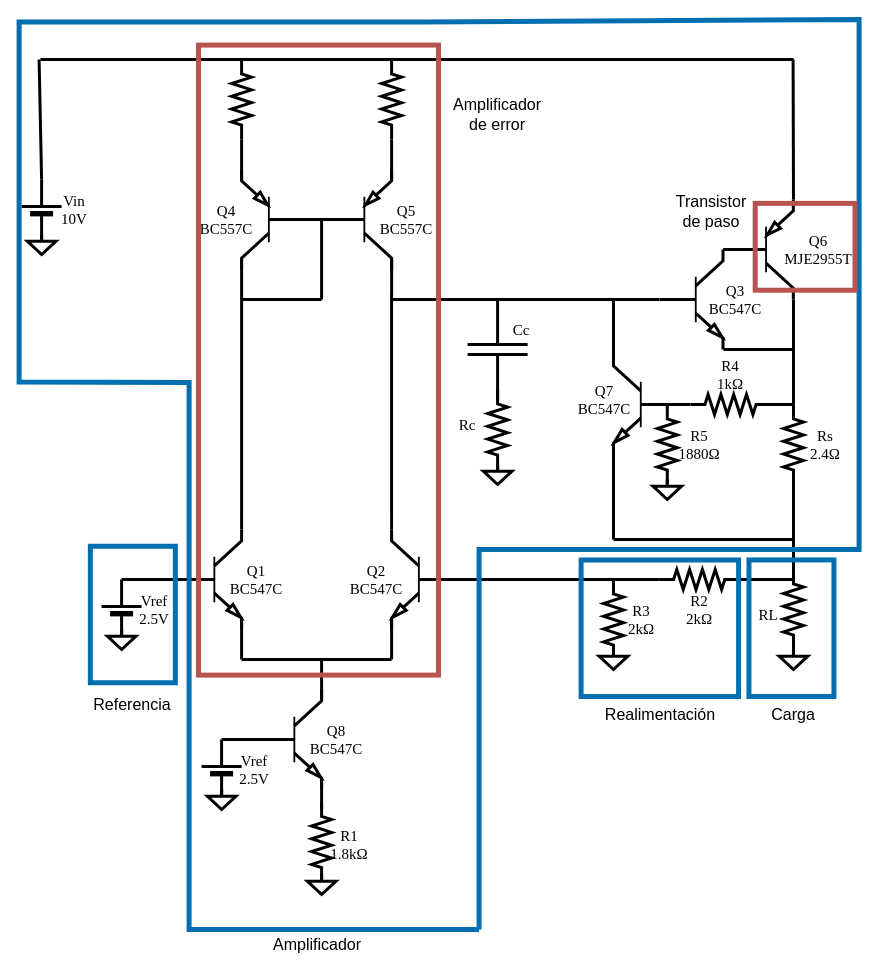
The draw.io diagram primer_check/scripts_y_recursos/amplificador_final.drawio in fadelrio/Taller-de-circuitos, before the edit. Source tidied: cells renumbered, new cells numbered last; positions are measured from the earlier drawing's top-left corner, leaving out a move shared by most shapes. Both pictures are drawn from the tidied source at 100%, with x=0, y=0 at pixel (3, 19).
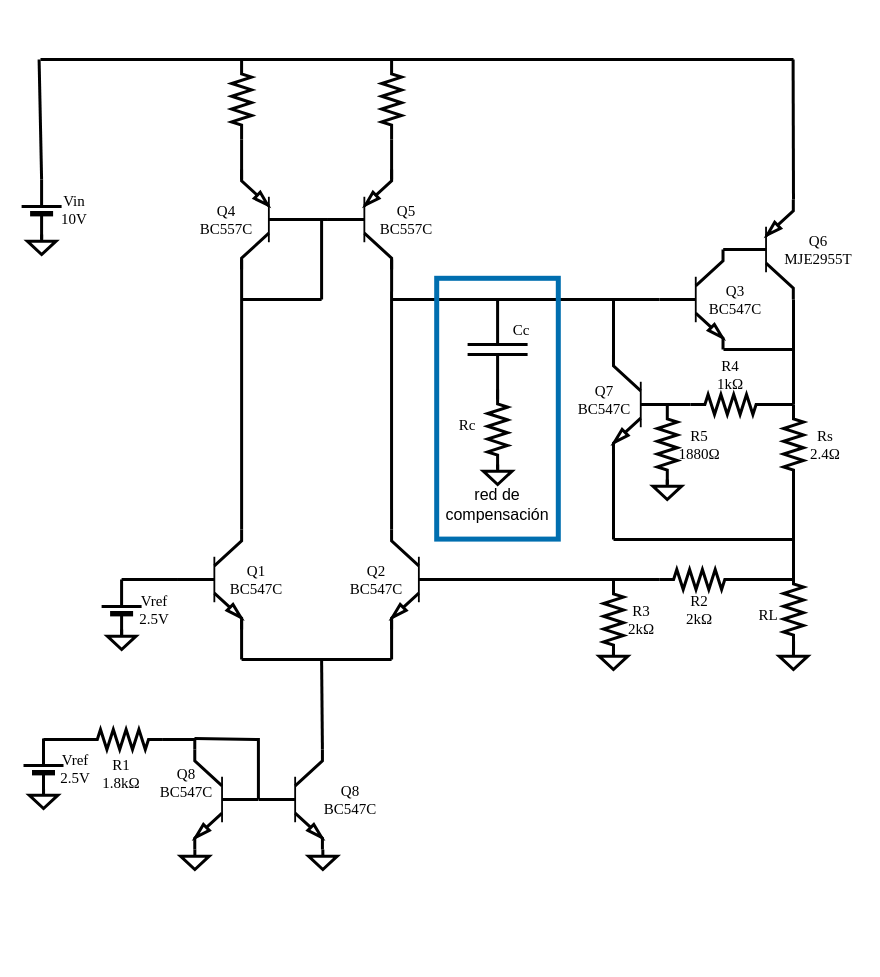
Above is the later version.

Diff of the diagram source:
```diff
@@
     <mxCell id="43" style="verticalLabelPosition=bottom;shadow=0;dashed=0;align=center;html=1;verticalAlign=top;shape=mxgraph.electrical.transistors.npn_transistor_5;strokeWidth=3;" parent="1" vertex="1">
-      <mxGeometry x="254.3" y="670" width="64" height="100" as="geometry" />
+      <mxGeometry x="255.1" y="730" width="64" height="100" as="geometry" />
     </mxCell>
-    <mxCell id="44" style="endArrow=none;html=1;rounded=0;strokeWidth=3;" parent="1" edge="1">
+    <mxCell id="44" style="endArrow=none;html=1;rounded=0;strokeWidth=3;exitX=1;exitY=0;exitDx=0;exitDy=0;exitPerimeter=0;" parent="1" edge="1" source="43">
       <mxGeometry relative="1" as="geometry">
-        <mxPoint x="318.1" y="680" as="sourcePoint" />
         <mxPoint x="318.1" y="640" as="targetPoint" />
       </mxGeometry>
     </mxCell>
-    <mxCell id="45" style="verticalLabelPosition=bottom;shadow=0;dashed=0;align=center;html=1;verticalAlign=top;shape=mxgraph.electrical.resistors.resistor_2;direction=south;strokeWidth=3;" parent="1" vertex="1">
-      <mxGeometry x="308.1" y="782.5" width="20" height="80" as="geometry" />
+    <mxCell id="45" style="verticalLabelPosition=bottom;shadow=0;dashed=0;align=center;html=1;verticalAlign=top;shape=mxgraph.electrical.resistors.resistor_2;direction=west;strokeWidth=3;" parent="1" vertex="1">
+      <mxGeometry x="79.4" y="710" width="80" height="20" as="geometry" />
     </mxCell>
-    <mxCell id="46" style="endArrow=none;html=1;rounded=0;exitX=0.094;exitY=0.5;exitDx=0;exitDy=0;exitPerimeter=0;strokeWidth=3;" parent="1" edge="1" source="45">
-      <mxGeometry relative="1" as="geometry">
-        <mxPoint x="318.1" y="760" as="targetPoint" />
-      </mxGeometry>
-    </mxCell>
     <mxCell id="47" style="endArrow=none;html=1;rounded=0;strokeWidth=3;" parent="1" edge="1">
       <mxGeometry relative="1" as="geometry">
-        <mxPoint x="218.1" y="720" as="sourcePoint" />
-        <mxPoint x="258.1" y="720" as="targetPoint" />
+        <mxPoint x="40" y="720" as="sourcePoint" />
+        <mxPoint x="80" y="720" as="targetPoint" />
       </mxGeometry>
     </mxCell>
     <mxCell id="48" style="verticalLabelPosition=bottom;shadow=0;dashed=0;align=center;fillColor=strokeColor;html=1;verticalAlign=top;strokeWidth=3;shape=mxgraph.electrical.miscellaneous.monocell_battery;rotation=-90;" parent="1" vertex="1">
-      <mxGeometry x="188.1" y="730" width="60" height="40" as="geometry" />
+      <mxGeometry x="10" y="729" width="60" height="40" as="geometry" />
     </mxCell>
@@
     <mxCell id="52" style="verticalLabelPosition=bottom;shadow=0;dashed=0;align=center;html=1;verticalAlign=top;shape=mxgraph.electrical.signal_sources.signal_ground;strokeWidth=3;" parent="1" vertex="1">
-      <mxGeometry x="203.8" y="770" width="28.7" height="20" as="geometry" />
+      <mxGeometry x="25.7" y="769" width="28.7" height="20" as="geometry" />
     </mxCell>
     <mxCell id="53" style="verticalLabelPosition=bottom;shadow=0;dashed=0;align=center;html=1;verticalAlign=top;shape=mxgraph.electrical.signal_sources.signal_ground;strokeWidth=3;" parent="1" vertex="1">
-      <mxGeometry x="303.8" y="855" width="28.7" height="20" as="geometry" />
+      <mxGeometry x="305" y="830" width="28.7" height="20" as="geometry" />
     </mxCell>
@@
     <mxCell id="64" value="Q8&lt;div&gt;BC547C&lt;/div&gt;" style="text;html=1;align=center;verticalAlign=middle;whiteSpace=wrap;rounded=0;fontFamily=Times New Roman;fontSize=15;" parent="1" vertex="1">
-      <mxGeometry x="298.1" y="705" width="70" height="30" as="geometry" />
+      <mxGeometry x="312" y="765" width="70" height="30" as="geometry" />
     </mxCell>
@@
     <mxCell id="67" value="Vref&lt;br&gt;&lt;div&gt;2.5V&lt;/div&gt;" style="text;html=1;align=center;verticalAlign=middle;whiteSpace=wrap;rounded=0;fontFamily=Times New Roman;fontSize=15;" parent="1" vertex="1">
-      <mxGeometry x="232.5" y="735" width="35.6" height="30" as="geometry" />
+      <mxGeometry x="54.3" y="734" width="35.6" height="30" as="geometry" />
     </mxCell>
@@
     <mxCell id="74" value="R1&lt;div&gt;1.8kΩ&lt;/div&gt;" style="text;html=1;align=center;verticalAlign=middle;whiteSpace=wrap;rounded=0;fontFamily=Times New Roman;fontSize=15;" parent="1" vertex="1">
-      <mxGeometry x="328.1" y="810" width="35.6" height="30" as="geometry" />
+      <mxGeometry x="100.3" y="739" width="35.6" height="30" as="geometry" />
     </mxCell>
@@
-    <mxCell id="83" style="endArrow=none;html=1;rounded=0;strokeWidth=5;fillColor=#1ba1e2;strokeColor=#006EAF;" parent="1" edge="1">
-      <mxGeometry relative="1" as="geometry">
-        <mxPoint x="475.6" y="910" as="sourcePoint" />
-        <mxPoint x="475.6" y="910" as="targetPoint" />
-        <Array as="points">
-          <mxPoint x="475.6" y="530" />
-          <mxPoint x="855.6" y="530" />
-          <mxPoint x="855.6" />
-          <mxPoint x="420.6" y="2.5" />
-          <mxPoint x="15.6" y="2.5" />
-          <mxPoint x="15.6" y="362.5" />
-          <mxPoint x="185.6" y="363" />
-          <mxPoint x="185.6" y="910" />
-        </Array>
-      </mxGeometry>
-    </mxCell>
     <mxCell id="84" style="rounded=0;whiteSpace=wrap;html=1;rotation=90;fillColor=none;strokeWidth=5;fontColor=#ffffff;strokeColor=#006EAF;" parent="1" vertex="1">
-      <mxGeometry x="588.1" y="530" width="136.5" height="157.5" as="geometry" />
+      <mxGeometry x="363.6" y="328.4" width="260.8" height="121.6" as="geometry" />
     </mxCell>
-    <mxCell id="85" style="rounded=0;whiteSpace=wrap;html=1;rotation=90;fillColor=none;strokeWidth=5;fontColor=#ffffff;strokeColor=#006EAF;" parent="1" vertex="1">
-      <mxGeometry x="719.7" y="566.2" width="136.5" height="85" as="geometry" />
-    </mxCell>
-    <mxCell id="86" style="rounded=0;whiteSpace=wrap;html=1;rotation=90;fillColor=none;strokeWidth=5;fontColor=#ffffff;strokeColor=#006EAF;" parent="1" vertex="1">
-      <mxGeometry x="61.1" y="552.5" width="136.5" height="85" as="geometry" />
-    </mxCell>
-    <mxCell id="87" value="Amplificador" style="text;html=1;align=center;verticalAlign=middle;whiteSpace=wrap;rounded=0;fontSize=16;" parent="1" vertex="1">
-      <mxGeometry x="283.8" y="910" width="60" height="30" as="geometry" />
-    </mxCell>
-    <mxCell id="88" value="Realimentación" style="text;html=1;align=center;verticalAlign=middle;whiteSpace=wrap;rounded=0;fontSize=16;" parent="1" vertex="1">
-      <mxGeometry x="627" y="680" width="60" height="30" as="geometry" />
+    <mxCell id="88" value="&lt;div&gt;r&lt;span style=&quot;background-color: transparent; color: light-dark(rgb(0, 0, 0), rgb(255, 255, 255));&quot;&gt;ed de compensación&lt;/span&gt;&lt;/div&gt;" style="text;html=1;align=center;verticalAlign=middle;whiteSpace=wrap;rounded=0;fontSize=16;" parent="1" vertex="1">
+      <mxGeometry x="464.1" y="470" width="60" height="30" as="geometry" />
     </mxCell>
-    <mxCell id="89" value="Carga" style="text;html=1;align=center;verticalAlign=middle;whiteSpace=wrap;rounded=0;fontSize=16;" parent="1" vertex="1">
-      <mxGeometry x="760" y="680" width="60" height="30" as="geometry" />
-    </mxCell>
-    <mxCell id="90" value="Referencia" style="text;html=1;align=center;verticalAlign=middle;whiteSpace=wrap;rounded=0;fontSize=16;" parent="1" vertex="1">
-      <mxGeometry x="99.4" y="670" width="60" height="30" as="geometry" />
-    </mxCell>
-    <mxCell id="91" style="rounded=0;whiteSpace=wrap;html=1;rotation=90;fillColor=none;strokeWidth=5;strokeColor=#b85450;" parent="1" vertex="1">
-      <mxGeometry x="758.2" y="177.4" width="86.8" height="99.8" as="geometry" />
-    </mxCell>
-    <mxCell id="92" value="Transistor de paso" style="text;html=1;align=center;verticalAlign=middle;whiteSpace=wrap;rounded=0;fontSize=16;" parent="1" vertex="1">
-      <mxGeometry x="677.8" y="177.4" width="60" height="30" as="geometry" />
-    </mxCell>
-    <mxCell id="93" style="rounded=0;whiteSpace=wrap;html=1;rotation=90;fillColor=none;strokeWidth=5;strokeColor=#b85450;" parent="1" vertex="1">
-      <mxGeometry y="220.6" width="630" height="240" as="geometry" />
-    </mxCell>
-    <mxCell id="94" value="Amplificador de error" style="text;html=1;align=center;verticalAlign=middle;whiteSpace=wrap;rounded=0;fontSize=16;" parent="1" vertex="1">
-      <mxGeometry x="464.1" y="80" width="60" height="30" as="geometry" />
-    </mxCell>
+    <mxCell id="95" style="edgeStyle=orthogonalEdgeStyle;rounded=0;jettySize=auto;html=1;exitX=0;exitY=0.5;exitDx=0;exitDy=0;exitPerimeter=0;endArrow=none;endFill=0;strokeWidth=3;" parent="1" edge="1" source="96">
+      <mxGeometry relative="1" as="geometry">
+        <mxPoint x="191" y="719" as="targetPoint" />
+        <Array as="points">
+          <mxPoint x="255" y="720" />
+          <mxPoint x="191" y="720" />
+        </Array>
+      </mxGeometry>
+    </mxCell>
+    <mxCell id="96" style="verticalLabelPosition=bottom;shadow=0;dashed=0;align=center;html=1;verticalAlign=top;shape=mxgraph.electrical.transistors.npn_transistor_5;strokeWidth=3;flipH=1;" parent="1" vertex="1">
+      <mxGeometry x="191.1" y="730" width="64" height="100" as="geometry" />
+    </mxCell>
+    <mxCell id="97" value="Q8&lt;div&gt;BC547C&lt;/div&gt;" style="text;html=1;align=center;verticalAlign=middle;whiteSpace=wrap;rounded=0;fontFamily=Times New Roman;fontSize=15;flipH=1;" parent="1" vertex="1">
+      <mxGeometry x="148.1" y="748" width="70" height="30" as="geometry" />
+    </mxCell>
+    <mxCell id="98" style="verticalLabelPosition=bottom;shadow=0;dashed=0;align=center;html=1;verticalAlign=top;shape=mxgraph.electrical.signal_sources.signal_ground;strokeWidth=3;" parent="1" vertex="1">
+      <mxGeometry x="177" y="830" width="28.7" height="20" as="geometry" />
+    </mxCell>
+    <mxCell id="99" style="edgeStyle=orthogonalEdgeStyle;rounded=0;jettySize=auto;html=1;exitX=1;exitY=0;exitDx=0;exitDy=0;exitPerimeter=0;entryX=0;entryY=0.5;entryDx=0;entryDy=0;entryPerimeter=0;endArrow=none;endFill=0;startSize=8;endSize=8;strokeWidth=3;" parent="1" edge="1" source="96" target="45">
+      <mxGeometry relative="1" as="geometry">
+        <Array as="points">
+          <mxPoint x="191" y="720" />
+        </Array>
+      </mxGeometry>
+    </mxCell>
```
